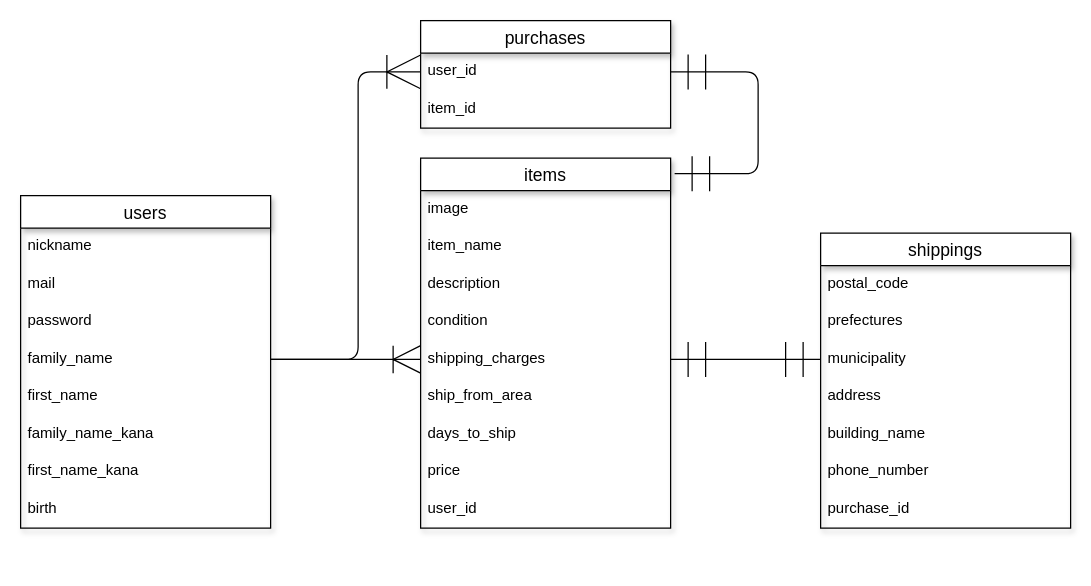
Earlier version of the draw.io diagram furima.dio (MoyashiNoppo/furima-35364). Source tidied: cells renumbered, new cells numbered last; positions are measured from the earlier drawing's top-left corner, leaving out a move shared by most shapes. Both pictures are drawn from the tidied source at 125%, with x=0, y=0 at pixel (20, 20).
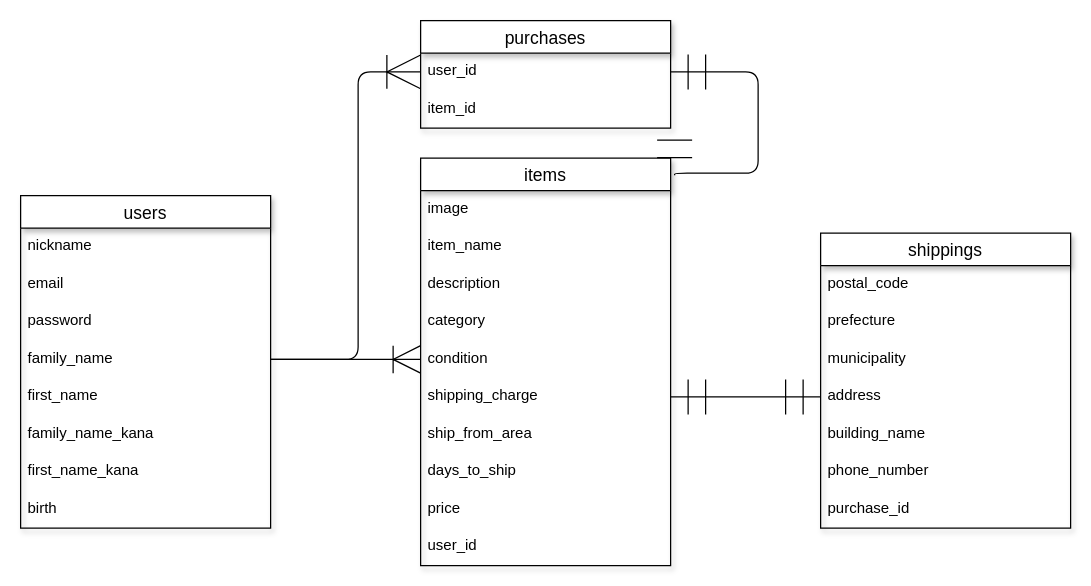
Above is the later version.

Commit message (it also covers changes not shown here):
データーベース設計_修正_01

Unchanged cells that the change refers to:
```xml
<mxCell id="2" value="users" style="swimlane;fontStyle=0;horizontal=1;startSize=26;align=center;fontSize=14;labelPadding=5;shadow=1;" parent="1" vertex="1">
  <mxGeometry y="140" width="200" height="266" as="geometry" />
</mxCell>
<mxCell id="6" value="family_name" style="text;strokeColor=none;fillColor=none;spacingLeft=4;spacingRight=4;overflow=hidden;points=[[0,0.5],[1,0.5]];portConstraint=eastwest;fontSize=12;" parent="2" vertex="1">
  <mxGeometry y="116" width="200" height="30" as="geometry" />
</mxCell>
<mxCell id="21" value="shippings" style="swimlane;fontStyle=0;horizontal=1;startSize=26;align=center;fontSize=14;labelPadding=5;shadow=1;" parent="1" vertex="1">
  <mxGeometry x="640" y="170" width="200" height="236" as="geometry" />
</mxCell>
<mxCell id="24" value="municipality" style="text;strokeColor=none;fillColor=none;spacingLeft=4;spacingRight=4;overflow=hidden;points=[[0,0.5],[1,0.5]];portConstraint=eastwest;fontSize=12;" parent="21" vertex="1">
  <mxGeometry y="86" width="200" height="30" as="geometry" />
</mxCell>
<mxCell id="25" value="address" style="text;strokeColor=none;fillColor=none;spacingLeft=4;spacingRight=4;overflow=hidden;points=[[0,0.5],[1,0.5]];portConstraint=eastwest;fontSize=12;" parent="21" vertex="1">
  <mxGeometry y="116" width="200" height="30" as="geometry" />
</mxCell>
```

The edit, as a diff of the source:
```diff
@@
-    <mxCell id="4" value="mail" style="text;strokeColor=none;fillColor=none;spacingLeft=4;spacingRight=4;overflow=hidden;fontSize=12;" parent="2" vertex="1">
+    <mxCell id="4" value="email" style="text;strokeColor=none;fillColor=none;spacingLeft=4;spacingRight=4;overflow=hidden;fontSize=12;" parent="2" vertex="1">
       <mxGeometry y="56" width="200" height="30" as="geometry" />
     </mxCell>
@@
     <mxCell id="11" value="items" style="swimlane;fontStyle=0;horizontal=1;startSize=26;align=center;fontSize=14;labelPadding=5;shadow=1;" parent="1" vertex="1">
-      <mxGeometry x="320" y="110" width="200" height="296" as="geometry" />
+      <mxGeometry x="320" y="110" width="200" height="326" as="geometry" />
     </mxCell>
@@
+    <mxCell id="36" value="category" style="text;strokeColor=none;fillColor=none;spacingLeft=4;spacingRight=4;overflow=hidden;fontSize=12;" parent="11" vertex="1">
+      <mxGeometry y="116" width="200" height="30" as="geometry" />
+    </mxCell>
     <mxCell id="15" value="condition" style="text;strokeColor=none;fillColor=none;spacingLeft=4;spacingRight=4;overflow=hidden;points=[[0,0.5],[1,0.5]];portConstraint=eastwest;fontSize=12;" parent="11" vertex="1">
-      <mxGeometry y="116" width="200" height="30" as="geometry" />
+      <mxGeometry y="146" width="200" height="30" as="geometry" />
     </mxCell>
-    <mxCell id="16" value="shipping_charges" style="text;strokeColor=none;fillColor=none;spacingLeft=4;spacingRight=4;overflow=hidden;points=[[0,0.5],[1,0.5]];portConstraint=eastwest;fontSize=12;" parent="11" vertex="1">
-      <mxGeometry y="146" width="200" height="30" as="geometry" />
+    <mxCell id="16" value="shipping_charge" style="text;strokeColor=none;fillColor=none;spacingLeft=4;spacingRight=4;overflow=hidden;points=[[0,0.5],[1,0.5]];portConstraint=eastwest;fontSize=12;" parent="11" vertex="1">
+      <mxGeometry y="176" width="200" height="30" as="geometry" />
     </mxCell>
     <mxCell id="17" value="ship_from_area" style="text;strokeColor=none;fillColor=none;spacingLeft=4;spacingRight=4;overflow=hidden;fontSize=12;" parent="11" vertex="1">
-      <mxGeometry y="176" width="200" height="30" as="geometry" />
+      <mxGeometry y="206" width="200" height="30" as="geometry" />
     </mxCell>
     <mxCell id="18" value="days_to_ship" style="text;strokeColor=none;fillColor=none;spacingLeft=4;spacingRight=4;overflow=hidden;fontSize=12;" parent="11" vertex="1">
-      <mxGeometry y="206" width="200" height="30" as="geometry" />
+      <mxGeometry y="236" width="200" height="30" as="geometry" />
     </mxCell>
     <mxCell id="19" value="price" style="text;strokeColor=none;fillColor=none;spacingLeft=4;spacingRight=4;overflow=hidden;fontSize=12;" parent="11" vertex="1">
-      <mxGeometry y="236" width="200" height="30" as="geometry" />
+      <mxGeometry y="266" width="200" height="30" as="geometry" />
     </mxCell>
     <mxCell id="20" value="user_id" style="text;strokeColor=none;fillColor=none;spacingLeft=4;spacingRight=4;overflow=hidden;fontSize=12;" parent="11" vertex="1">
-      <mxGeometry y="266" width="200" height="30" as="geometry" />
+      <mxGeometry y="296" width="200" height="30" as="geometry" />
     </mxCell>
@@
-    <mxCell id="23" value="prefectures" style="text;strokeColor=none;fillColor=none;spacingLeft=4;spacingRight=4;overflow=hidden;fontSize=12;" parent="21" vertex="1">
-      <mxGeometry y="56" width="200" height="30" as="geometry" />
-    </mxCell>
+    <mxCell id="37" value="prefecture" style="text;strokeColor=none;fillColor=none;spacingLeft=4;spacingRight=4;overflow=hidden;fontSize=12;" parent="21" vertex="1">
+      <mxGeometry y="56" width="200" height="30" as="geometry" />
+    </mxCell>
@@
-    <mxCell id="33" style="edgeStyle=entityRelationEdgeStyle;fontSize=12;html=1;endArrow=ERmandOne;startArrow=ERmandOne;startSize=26;strokeWidth=1;entryX=0;entryY=0.5;entryDx=0;entryDy=0;exitX=1;exitY=0.5;exitDx=0;exitDy=0;endSize=26;" parent="1" edge="1" source="16" target="24">
+    <mxCell id="33" style="edgeStyle=entityRelationEdgeStyle;fontSize=12;html=1;endArrow=ERmandOne;startArrow=ERmandOne;startSize=26;strokeWidth=1;entryX=0;entryY=0.5;entryDx=0;entryDy=0;exitX=1;exitY=0.5;exitDx=0;exitDy=0;endSize=26;" parent="1" edge="1" source="16" target="25">
       <mxGeometry relative="1" as="geometry" />
     </mxCell>
@@
-    <mxCell id="35" style="fontSize=12;html=1;endArrow=ERoneToMany;startSize=28;endSize=20;targetPerimeterSpacing=19;strokeWidth=1;entryX=0;entryY=0.5;entryDx=0;entryDy=0;exitX=1;exitY=0.5;exitDx=0;exitDy=0;" parent="1" edge="1" source="6" target="16">
+    <mxCell id="35" style="fontSize=12;html=1;endArrow=ERoneToMany;startSize=28;endSize=20;targetPerimeterSpacing=19;strokeWidth=1;entryX=0;entryY=0.5;entryDx=0;entryDy=0;exitX=1;exitY=0.5;exitDx=0;exitDy=0;" parent="1" edge="1" source="6" target="15">
       <mxGeometry relative="1" as="geometry" />
     </mxCell>
```
